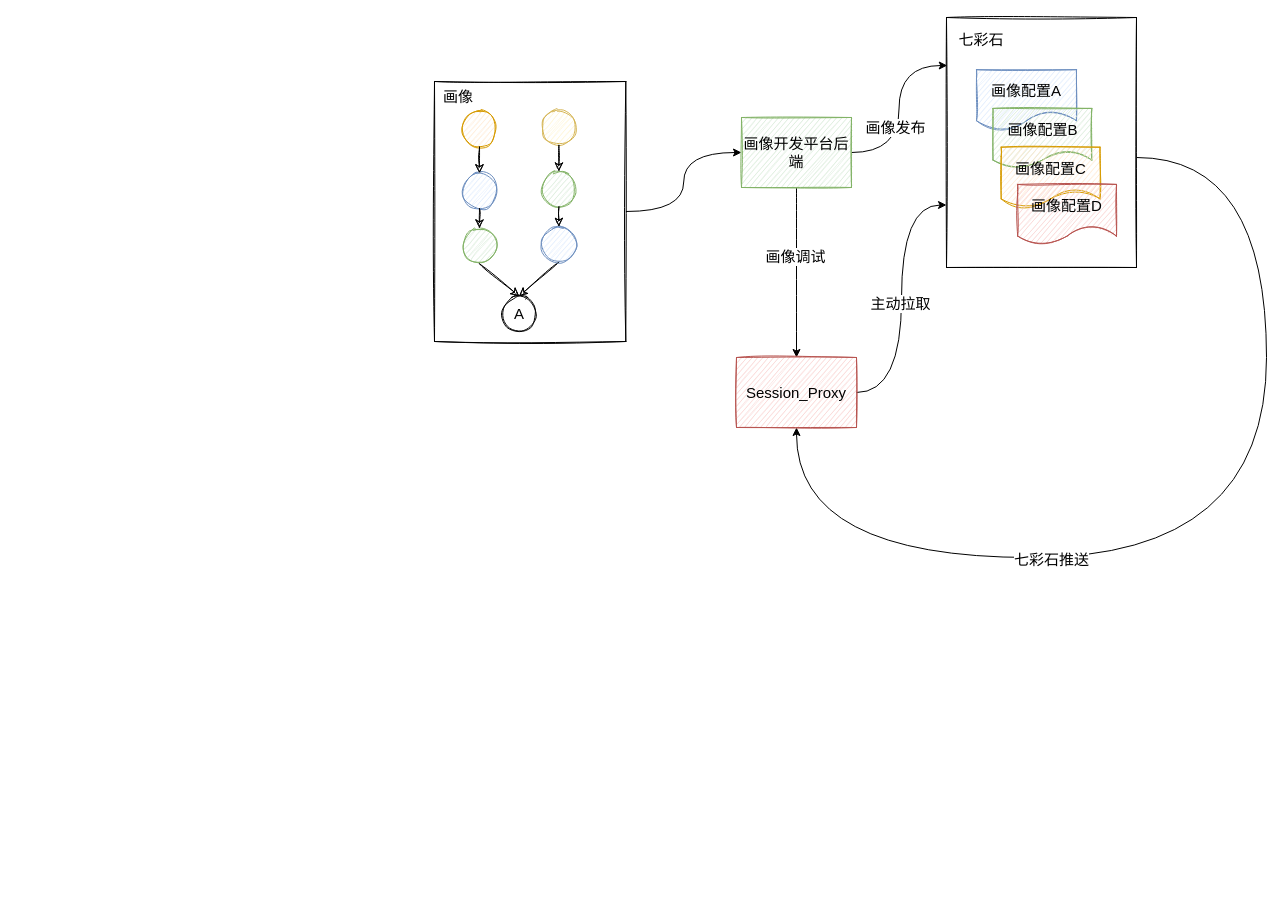
nullbull/uml keeps this draw.io diagram as page "第 5 页" (5 of 6) of 未命名绘图.drawio. Above is the earlier version. Source tidied: cells renumbered, new cells numbered last; positions are measured from the earlier drawing's top-left corner, leaving out a move shared by most shapes. Both pictures are drawn from the tidied source at 100%, with x=0, y=0 at pixel (400, 17).
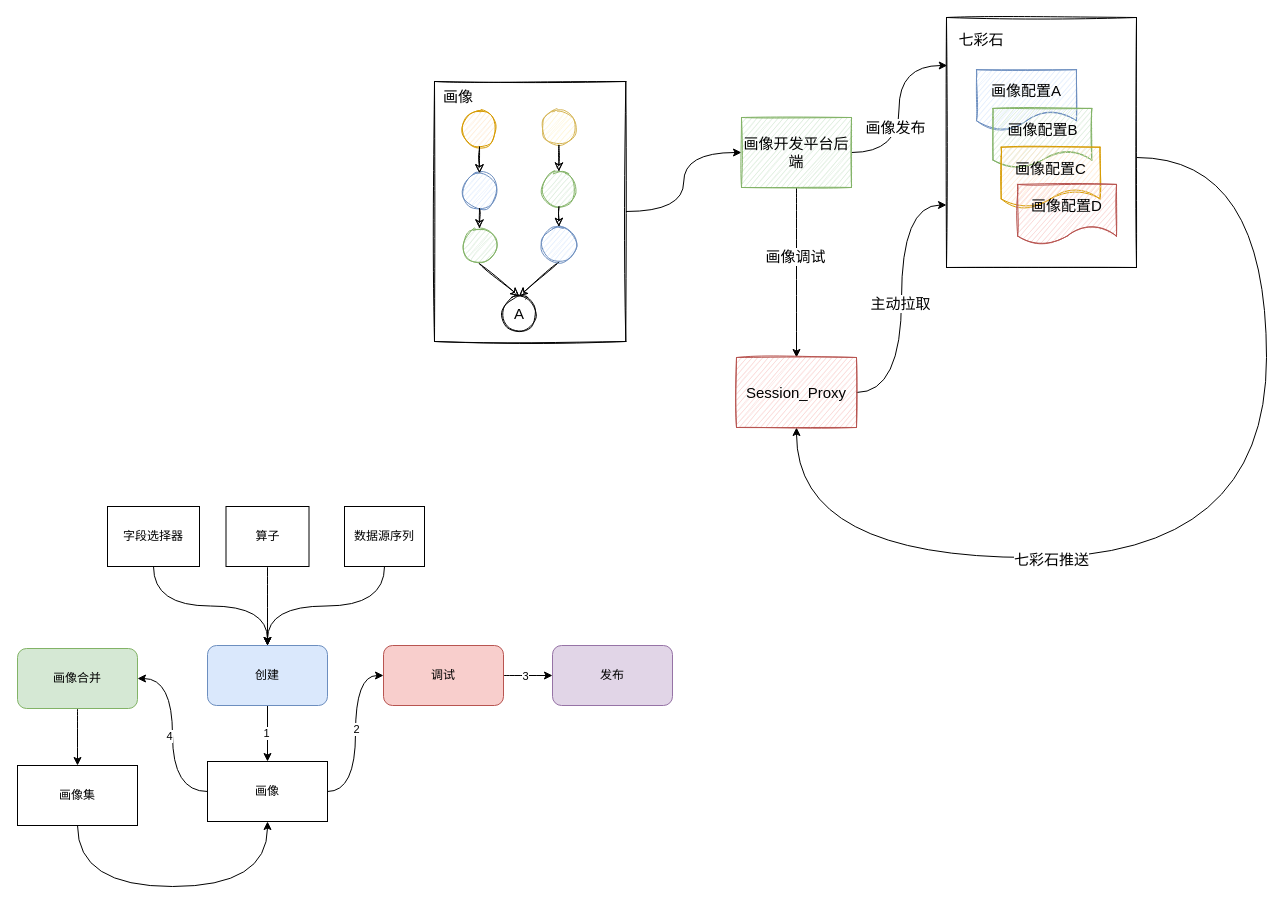
Above is the later version.

Commit message:
更新未命名绘图.drawio

Diff of the diagram source:
```diff
@@
+    <mxCell id="37" style="edgeStyle=orthogonalEdgeStyle;curved=1;rounded=0;jettySize=auto;html=1;entryX=1;entryY=0.5;entryDx=0;entryDy=0;" parent="1" edge="1" source="41" target="52">
+      <mxGeometry relative="1" as="geometry" />
+    </mxCell>
+    <mxCell id="38" value="4" style="edgeLabel;html=1;align=center;verticalAlign=middle;" parent="37" vertex="1">
+      <mxGeometry x="0.1" y="-3" relative="1" as="geometry">
+        <mxPoint x="-7" y="10" as="offset" />
+      </mxGeometry>
+    </mxCell>
+    <mxCell id="39" style="edgeStyle=orthogonalEdgeStyle;curved=1;rounded=0;jettySize=auto;html=1;entryX=0;entryY=0.5;entryDx=0;entryDy=0;" parent="1" edge="1" source="41" target="55">
+      <mxGeometry relative="1" as="geometry" />
+    </mxCell>
+    <mxCell id="40" value="2" style="edgeLabel;html=1;align=center;verticalAlign=middle;" parent="39" vertex="1">
+      <mxGeometry x="0.06" relative="1" as="geometry" />
+    </mxCell>
+    <mxCell id="41" value="画像" style="rounded=0;whiteSpace=wrap;html=1;" parent="1" vertex="1">
+      <mxGeometry x="-193" y="744" width="120" height="60" as="geometry" />
+    </mxCell>
+    <mxCell id="42" style="rounded=0;jettySize=auto;html=1;entryX=0.5;entryY=0;entryDx=0;entryDy=0;edgeStyle=orthogonalEdgeStyle;curved=1;" parent="1" edge="1" source="43" target="50">
+      <mxGeometry relative="1" as="geometry" />
+    </mxCell>
+    <mxCell id="43" value="算子" style="rounded=0;whiteSpace=wrap;html=1;" parent="1" vertex="1">
+      <mxGeometry x="-174.5" y="489" width="83" height="60" as="geometry" />
+    </mxCell>
+    <mxCell id="44" style="edgeStyle=orthogonalEdgeStyle;curved=1;rounded=0;jettySize=auto;html=1;entryX=0.5;entryY=0;entryDx=0;entryDy=0;exitX=0.5;exitY=1;exitDx=0;exitDy=0;" parent="1" edge="1" source="45" target="50">
+      <mxGeometry relative="1" as="geometry" />
+    </mxCell>
+    <mxCell id="45" value="数据源序列" style="rounded=0;whiteSpace=wrap;html=1;" parent="1" vertex="1">
+      <mxGeometry x="-56" y="489" width="80" height="60" as="geometry" />
+    </mxCell>
+    <mxCell id="46" style="edgeStyle=orthogonalEdgeStyle;curved=1;rounded=0;jettySize=auto;html=1;entryX=0.5;entryY=1;entryDx=0;entryDy=0;exitX=0.5;exitY=1;exitDx=0;exitDy=0;" parent="1" edge="1" source="47" target="41">
+      <mxGeometry relative="1" as="geometry">
+        <Array as="points">
+          <mxPoint x="-323" y="869" />
+          <mxPoint x="-133" y="869" />
+        </Array>
+      </mxGeometry>
+    </mxCell>
+    <mxCell id="47" value="画像集" style="rounded=0;whiteSpace=wrap;html=1;" parent="1" vertex="1">
+      <mxGeometry x="-383" y="748" width="120" height="60" as="geometry" />
+    </mxCell>
+    <mxCell id="48" style="edgeStyle=orthogonalEdgeStyle;rounded=0;jettySize=auto;html=1;entryX=0.5;entryY=0;entryDx=0;entryDy=0;" parent="1" edge="1" source="50" target="41">
+      <mxGeometry relative="1" as="geometry" />
+    </mxCell>
+    <mxCell id="49" value="1" style="edgeLabel;html=1;align=center;verticalAlign=middle;" parent="48" vertex="1">
+      <mxGeometry x="-0.03" y="-2" relative="1" as="geometry" />
+    </mxCell>
+    <mxCell id="50" value="创建" style="rounded=1;whiteSpace=wrap;html=1;fillColor=#dae8fc;strokeColor=#6c8ebf;" parent="1" vertex="1">
+      <mxGeometry x="-193" y="628" width="120" height="60" as="geometry" />
+    </mxCell>
+    <mxCell id="51" style="edgeStyle=orthogonalEdgeStyle;curved=1;rounded=0;jettySize=auto;html=1;entryX=0.5;entryY=0;entryDx=0;entryDy=0;" parent="1" edge="1" source="52" target="47">
+      <mxGeometry relative="1" as="geometry" />
+    </mxCell>
+    <mxCell id="52" value="&lt;span&gt;画像合并&lt;/span&gt;" style="rounded=1;whiteSpace=wrap;html=1;fillColor=#d5e8d4;strokeColor=#82b366;" parent="1" vertex="1">
+      <mxGeometry x="-383" y="631" width="120" height="60" as="geometry" />
+    </mxCell>
+    <mxCell id="53" style="edgeStyle=orthogonalEdgeStyle;curved=1;rounded=0;jettySize=auto;html=1;entryX=0;entryY=0.5;entryDx=0;entryDy=0;" parent="1" edge="1" source="55" target="56">
+      <mxGeometry relative="1" as="geometry" />
+    </mxCell>
+    <mxCell id="54" value="3" style="edgeLabel;html=1;align=center;verticalAlign=middle;" parent="53" vertex="1">
+      <mxGeometry x="-0.14" relative="1" as="geometry" />
+    </mxCell>
+    <mxCell id="55" value="调试" style="rounded=1;whiteSpace=wrap;html=1;fillColor=#f8cecc;strokeColor=#b85450;" parent="1" vertex="1">
+      <mxGeometry x="-17" y="628" width="120" height="60" as="geometry" />
+    </mxCell>
+    <mxCell id="56" value="发布" style="rounded=1;whiteSpace=wrap;html=1;fillColor=#e1d5e7;strokeColor=#9673a6;" parent="1" vertex="1">
+      <mxGeometry x="152" y="628" width="120" height="60" as="geometry" />
+    </mxCell>
+    <mxCell id="57" style="edgeStyle=orthogonalEdgeStyle;curved=1;rounded=0;jettySize=auto;html=1;entryX=0.5;entryY=0;entryDx=0;entryDy=0;exitX=0.5;exitY=1;exitDx=0;exitDy=0;" parent="1" edge="1" source="58" target="50">
+      <mxGeometry relative="1" as="geometry" />
+    </mxCell>
+    <mxCell id="58" value="字段选择器" style="rounded=0;whiteSpace=wrap;html=1;" parent="1" vertex="1">
+      <mxGeometry x="-293" y="489" width="92" height="60" as="geometry" />
+    </mxCell>
```
